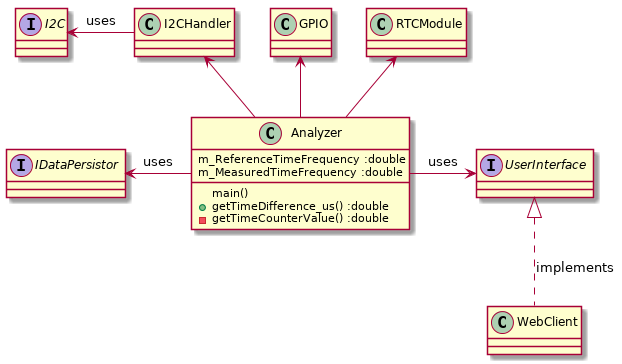
This is docs/uml/classdiagramm.png from gnomengineer/ClockPendelumAnalyzer, a PlantUML export, as it was before one commit. The source it was exported from:
```plantuml
@startuml
class GPIO
class I2CHandler
class RTCModule
class Analyzer {
    m_ReferenceTimeFrequency :double
    m_MeasuredTimeFrequency :double
    main()
    + getTimeDifference_us() :double
    - getTimeCounterValue() :double
}
class WebClient

interface I2C
interface UserInterface
interface IDataPersistor

GPIO <-- Analyzer
I2CHandler <-- Analyzer
RTCModule <-- Analyzer
UserInterface <-right- Analyzer :uses
I2C <-left- I2CHandler :uses
WebClient .up.|> UserInterface :implements
IDataPersistor <-left- Analyzer :uses

@enduml
```
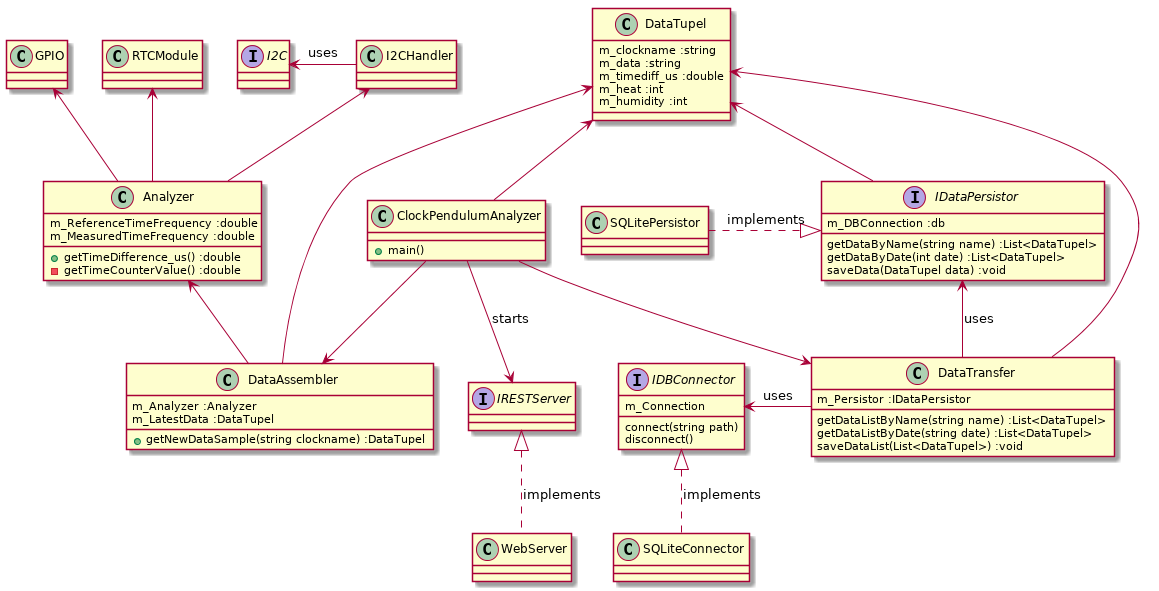
After the commit.

Commit message:
update of class diagram which includes now DB and REST

Change to the diagram source:
```diff
@@ -1,26 +1,75 @@
 @startuml
+class ClockPendulumAnalyzer {
+    +main()
+}
 class GPIO
 class I2CHandler
 class RTCModule
 class Analyzer {
     m_ReferenceTimeFrequency :double
     m_MeasuredTimeFrequency :double
-    main()
     + getTimeDifference_us() :double
     - getTimeCounterValue() :double
 }
-class WebClient
+class WebServer
+class DataAssembler {
+    m_Analyzer :Analyzer
+    m_LatestData :DataTupel
+    +getNewDataSample(string clockname) :DataTupel
+}
+class DataTransfer {
+    m_Persistor :IDataPersistor
+    getDataListByName(string name) :List<DataTupel>
+    getDataListByDate(string date) :List<DataTupel>
+    saveDataList(List<DataTupel>) :void
+}
+class DataTupel {
+    m_clockname :string
+    m_data :string
+    m_timediff_us :double
+    m_heat :int
+    m_humidity :int
+}
+class SQLitePersistor
+class SQLiteConnector
 
 interface I2C
-interface UserInterface
-interface IDataPersistor
+interface IRESTServer
+interface IDataPersistor {
+    m_DBConnection :db
+    getDataByName(string name) :List<DataTupel>
+    getDataByDate(int date) :List<DataTupel>
+    saveData(DataTupel data) :void
+}
+
+interface IDBConnector {
+    m_Connection
+    connect(string path)
+    disconnect()
+}
 
 GPIO <-- Analyzer
 I2CHandler <-- Analyzer
 RTCModule <-- Analyzer
-UserInterface <-right- Analyzer :uses
-I2C <-left- I2CHandler :uses
-WebClient .up.|> UserInterface :implements
-IDataPersistor <-left- Analyzer :uses
+
+I2C <- I2CHandler :uses
+Analyzer <-- DataAssembler
+
+ClockPendulumAnalyzer --> DataTransfer
+ClockPendulumAnalyzer --> DataAssembler
+ClockPendulumAnalyzer --> IRESTServer :starts
+
+DataTupel <-- ClockPendulumAnalyzer
+DataTupel <- DataAssembler
+DataTupel <-- IDataPersistor
+DataTupel <-- DataTransfer
+
+IDataPersistor <- DataTransfer :uses
+IDBConnector <- DataTransfer :uses
+IDBConnector <|.. SQLiteConnector :implements
+SQLitePersistor .|> IDataPersistor :implements
+
+
+WebServer .up.|> IRESTServer :implements
 
 @enduml
```
